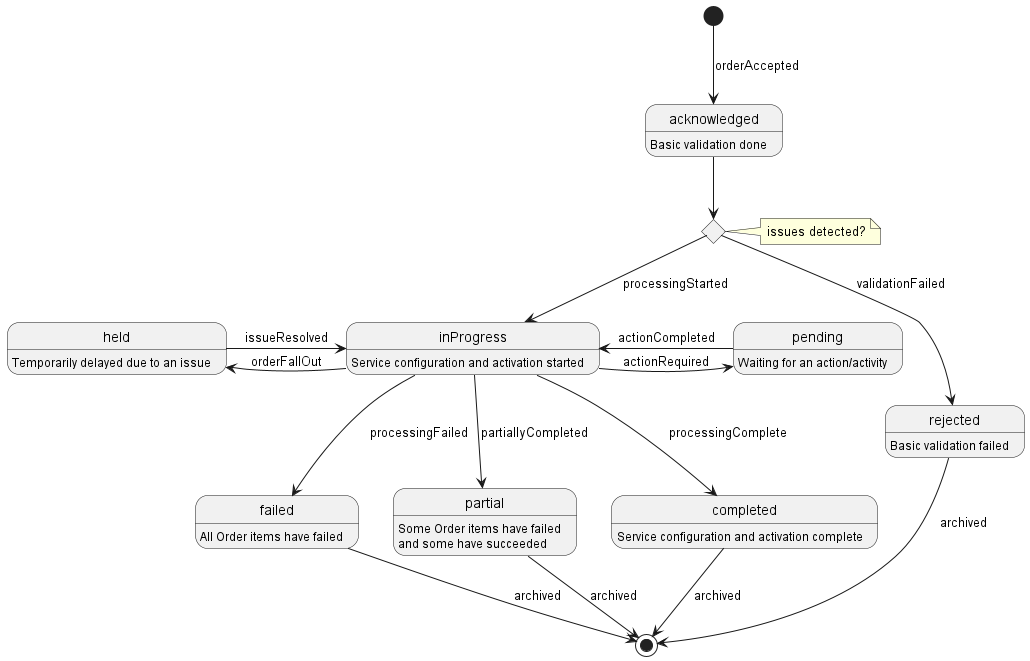
Above: documentation/serviceApi/order/media/serviceOrderState.png in MEF-GIT/MEF-LSO-Legato-SDK (PlantUML), before the change.
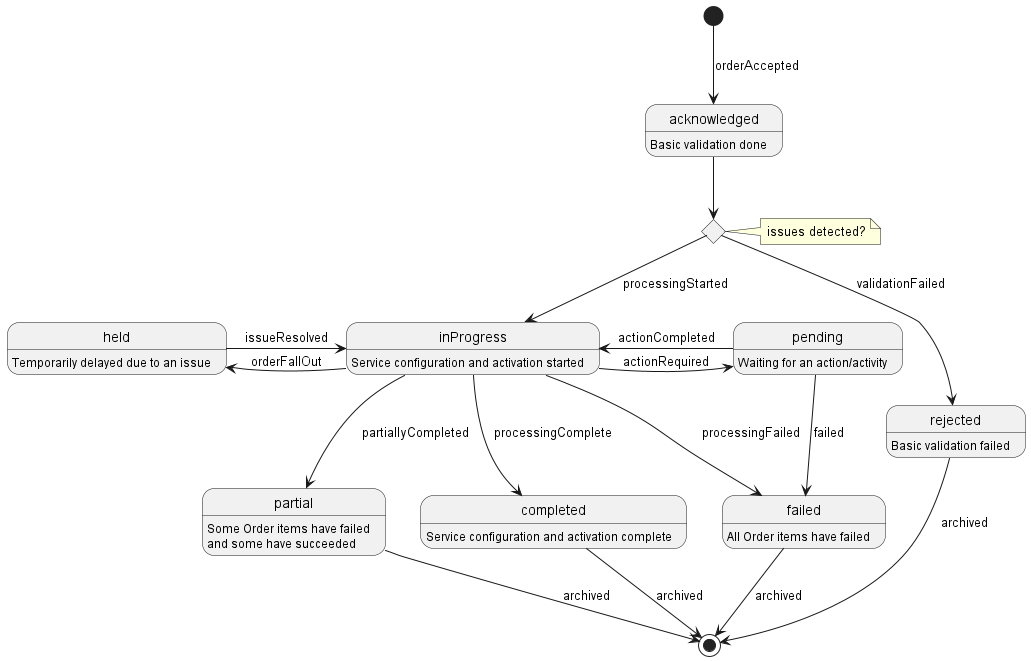
The same diagram one commit later.

Change to the diagram source:
```diff
@@ -25,6 +25,7 @@
 inProgress -l-> held : orderFallOut
 
 pending -r-> inProgress : actionCompleted
+pending -d-> failed : failed
 
 held -r-> inProgress : issueResolved
 
```
